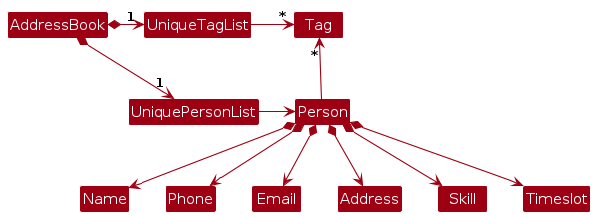
The PlantUML diagram diagrams/BetterModelClassDiagram.png in AY2526S2-CS2103-F11-3/tp, before a commit. Its source is kept beside it as diagrams/BetterModelClassDiagram.puml.
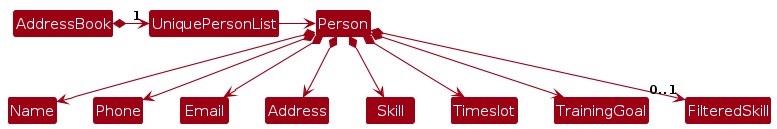
After the commit.

The edit, as a diff of the source:
```diff
@@ -5,14 +5,7 @@
 skinparam classBackgroundColor MODEL_COLOR
 
 AddressBook *-right-> "1" UniquePersonList
-AddressBook *-right-> "1" UniqueTagList
-UniqueTagList -[hidden]down- UniquePersonList
-UniqueTagList -[hidden]down- UniquePersonList
-
-UniqueTagList -right-> "*" Tag
 UniquePersonList -right-> Person
-
-Person -up-> "*" Tag
 
 Person *--> Name
 Person *--> Phone
@@ -20,4 +13,6 @@
 Person *--> Address
 Person *--> Skill
 Person *--> Timeslot
+Person *--> TrainingGoal
+Person *--> "0..1" FilteredSkill
 @enduml
```
